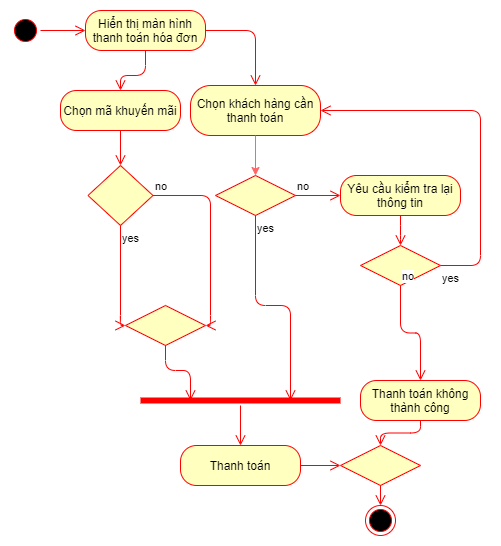
The draw.io diagram Phan_Tich_Thiet_Ke/Diagram/Activity_Diagram/Activity_Diagram_ThanhToan.png in KNhaa/DoAnCNPM, before a commit. Source tidied: cells renumbered, new cells last; positions are measured from the earlier drawing's top-left corner, leaving out a move shared by most shapes.
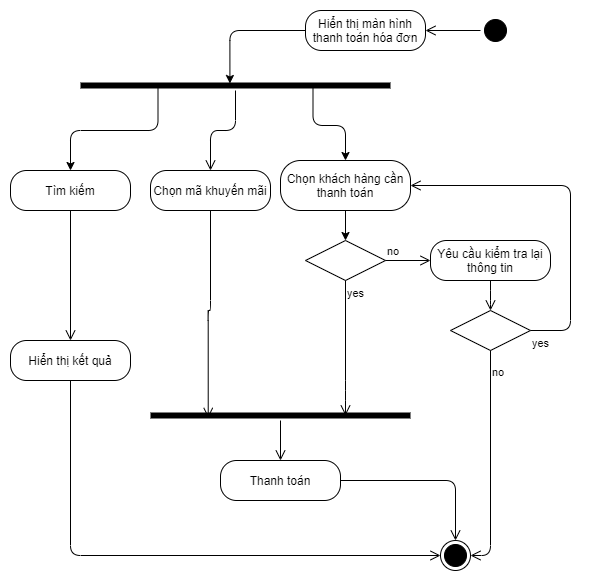
Later version of the same file.

Commit message:
Update lại các diagram + Giao diện

Diff of the diagram source:
```diff
@@ -2,61 +2,35 @@
   <root>
     <mxCell id="0" />
     <mxCell id="1" parent="0" />
-    <mxCell id="2" style="ellipse;html=1;shape=startState;fillColor=#000000;strokeColor=#ff0000;" parent="1" vertex="1">
-      <mxGeometry y="5" width="30" height="30" as="geometry" />
+    <mxCell id="2" style="ellipse;html=1;shape=startState;fillColor=#000000;" parent="1" vertex="1">
+      <mxGeometry x="380" y="-60" width="30" height="30" as="geometry" />
     </mxCell>
-    <mxCell id="3" style="edgeStyle=orthogonalEdgeStyle;html=1;verticalAlign=bottom;endArrow=open;endSize=8;strokeColor=#ff0000;entryX=0;entryY=0.5;entryDx=0;entryDy=0;" parent="1" edge="1" source="2" target="4">
+    <mxCell id="3" style="edgeStyle=orthogonalEdgeStyle;html=1;verticalAlign=bottom;endArrow=open;endSize=8;entryX=1;entryY=0.5;entryDx=0;entryDy=0;" parent="1" edge="1" source="2" target="4">
       <mxGeometry relative="1" as="geometry" />
     </mxCell>
+    <mxCell id="33" style="edgeStyle=orthogonalEdgeStyle;rounded=1;jettySize=auto;html=1;strokeColor=#000000;entryX=0.482;entryY=0.3;entryDx=0;entryDy=0;entryPerimeter=0;" parent="1" edge="1" source="4" target="36">
+      <mxGeometry relative="1" as="geometry">
+        <Array as="points">
+          <mxPoint x="129" y="-45" />
+        </Array>
+      </mxGeometry>
+    </mxCell>
-    <mxCell id="4" value="Hiển thị màn hình thanh toán hóa đơn" style="rounded=1;whiteSpace=wrap;html=1;arcSize=40;fontColor=#000000;fillColor=#ffffc0;strokeColor=#ff0000;" parent="1" vertex="1">
-      <mxGeometry x="75" width="120" height="40" as="geometry" />
+    <mxCell id="4" value="Hiển thị màn hình thanh toán hóa đơn" style="rounded=1;whiteSpace=wrap;html=1;arcSize=40;" parent="1" vertex="1">
+      <mxGeometry x="205" y="-65" width="120" height="40" as="geometry" />
     </mxCell>
-    <mxCell id="5" style="edgeStyle=orthogonalEdgeStyle;html=1;verticalAlign=bottom;endArrow=open;endSize=8;strokeColor=#ff0000;entryX=0.5;entryY=0;entryDx=0;entryDy=0;" parent="1" edge="1" source="4" target="6">
-      <mxGeometry relative="1" as="geometry">
-        <Array as="points">
-          <mxPoint x="245" y="20" />
-        </Array>
-      </mxGeometry>
-    </mxCell>
-    <mxCell id="6" value="Chọn khách hàng cần thanh toán" style="rounded=1;whiteSpace=wrap;html=1;arcSize=40;fontColor=#000000;fillColor=#ffffc0;strokeColor=#ff0000;" parent="1" vertex="1">
-      <mxGeometry x="180" y="75" width="130" height="50" as="geometry" />
+    <mxCell id="6" value="Chọn khách hàng cần thanh toán" style="rounded=1;whiteSpace=wrap;html=1;arcSize=40;" parent="1" vertex="1">
+      <mxGeometry x="180" y="85" width="130" height="50" as="geometry" />
     </mxCell>
-    <mxCell id="7" style="edgeStyle=orthogonalEdgeStyle;html=1;verticalAlign=bottom;endArrow=open;endSize=8;strokeColor=#ff0000;entryX=0.5;entryY=0;entryDx=0;entryDy=0;exitX=0.5;exitY=1;exitDx=0;exitDy=0;" parent="1" edge="1" source="4" target="8">
-      <mxGeometry relative="1" as="geometry">
-        <Array as="points">
-          <mxPoint x="135" y="65" />
-          <mxPoint x="110" y="65" />
-        </Array>
-      </mxGeometry>
-    </mxCell>
-    <mxCell id="8" value="Chọn mã khuyến mãi" style="rounded=1;whiteSpace=wrap;html=1;arcSize=40;fontColor=#000000;fillColor=#ffffc0;strokeColor=#ff0000;" parent="1" vertex="1">
-      <mxGeometry x="50" y="80" width="120" height="40" as="geometry" />
+    <mxCell id="8" value="Chọn mã khuyến mãi" style="rounded=1;whiteSpace=wrap;html=1;arcSize=40;" parent="1" vertex="1">
+      <mxGeometry x="50" y="95" width="120" height="40" as="geometry" />
     </mxCell>
-    <mxCell id="9" style="edgeStyle=orthogonalEdgeStyle;html=1;verticalAlign=bottom;endArrow=open;endSize=8;strokeColor=#ff0000;entryX=0.5;entryY=0;entryDx=0;entryDy=0;" parent="1" edge="1" source="8" target="10">
+    <mxCell id="9" style="edgeStyle=orthogonalEdgeStyle;html=1;verticalAlign=bottom;endArrow=open;endSize=8;entryX=0.222;entryY=0.74;entryDx=0;entryDy=0;entryPerimeter=0;" parent="1" edge="1" source="8" target="21">
       <mxGeometry relative="1" as="geometry" />
     </mxCell>
-    <mxCell id="10" style="rhombus;whiteSpace=wrap;html=1;fillColor=#ffffc0;strokeColor=#ff0000;" parent="1" vertex="1">
-      <mxGeometry x="77.5" y="155" width="65" height="60" as="geometry" />
-    </mxCell>
-    <mxCell id="11" value="no" style="edgeStyle=orthogonalEdgeStyle;html=1;align=left;verticalAlign=bottom;endArrow=open;endSize=8;strokeColor=#ff0000;entryX=1;entryY=0.5;entryDx=0;entryDy=0;" parent="1" edge="1" source="10" target="23">
-      <mxGeometry x="-1" relative="1" as="geometry">
-        <Array as="points">
-          <mxPoint x="200" y="185" />
-          <mxPoint x="200" y="315" />
-        </Array>
-      </mxGeometry>
-    </mxCell>
-    <mxCell id="12" value="yes" style="edgeStyle=orthogonalEdgeStyle;html=1;align=left;verticalAlign=top;endArrow=open;endSize=8;strokeColor=#ff0000;entryX=0;entryY=0.5;entryDx=0;entryDy=0;" parent="1" edge="1" source="10" target="23">
-      <mxGeometry x="-1" relative="1" as="geometry">
-        <Array as="points">
-          <mxPoint x="110" y="315" />
-        </Array>
-      </mxGeometry>
-    </mxCell>
-    <mxCell id="13" value="Yêu cầu kiểm tra lại thông tin" style="rounded=1;whiteSpace=wrap;html=1;arcSize=40;fontColor=#000000;fillColor=#ffffc0;strokeColor=#ff0000;" parent="1" vertex="1">
+    <mxCell id="13" value="Yêu cầu kiểm tra lại thông tin" style="rounded=1;whiteSpace=wrap;html=1;arcSize=40;" parent="1" vertex="1">
       <mxGeometry x="330" y="165" width="120" height="40" as="geometry" />
     </mxCell>
-    <mxCell id="14" style="edgeStyle=orthogonalEdgeStyle;html=1;verticalAlign=bottom;endArrow=open;endSize=8;strokeColor=#ff0000;entryX=0.5;entryY=0;entryDx=0;entryDy=0;" parent="1" edge="1" source="13" target="26">
+    <mxCell id="14" style="edgeStyle=orthogonalEdgeStyle;html=1;verticalAlign=bottom;endArrow=open;endSize=8;entryX=0.5;entryY=0;entryDx=0;entryDy=0;" parent="1" edge="1" source="13" target="26">
       <mxGeometry relative="1" as="geometry">
         <Array as="points">
           <mxPoint x="390" y="225" />
@@ -64,69 +38,87 @@
         </Array>
       </mxGeometry>
     </mxCell>
-    <mxCell id="15" value="Thanh toán" style="rounded=1;whiteSpace=wrap;html=1;arcSize=40;fontColor=#000000;fillColor=#ffffc0;strokeColor=#ff0000;" parent="1" vertex="1">
-      <mxGeometry x="170" y="435" width="120" height="40" as="geometry" />
+    <mxCell id="15" value="Thanh toán" style="rounded=1;whiteSpace=wrap;html=1;arcSize=40;" parent="1" vertex="1">
+      <mxGeometry x="120" y="385" width="120" height="40" as="geometry" />
     </mxCell>
-    <mxCell id="16" style="edgeStyle=orthogonalEdgeStyle;html=1;verticalAlign=bottom;endArrow=open;endSize=8;strokeColor=#ff0000;entryX=0;entryY=0.5;entryDx=0;entryDy=0;" parent="1" edge="1" source="15" target="31">
-      <mxGeometry relative="1" as="geometry" />
+    <mxCell id="16" style="edgeStyle=orthogonalEdgeStyle;html=1;verticalAlign=bottom;endArrow=open;endSize=8;entryX=0.5;entryY=0;entryDx=0;entryDy=0;" parent="1" edge="1" source="15" target="25">
+      <mxGeometry relative="1" as="geometry">
+        <Array as="points">
+          <mxPoint x="355" y="405" />
+        </Array>
+      </mxGeometry>
     </mxCell>
-    <mxCell id="17" style="rhombus;whiteSpace=wrap;html=1;fillColor=#ffffc0;strokeColor=#ff0000;" parent="1" vertex="1">
+    <mxCell id="17" style="rhombus;whiteSpace=wrap;html=1;" parent="1" vertex="1">
       <mxGeometry x="205" y="165" width="80" height="40" as="geometry" />
     </mxCell>
-    <mxCell id="18" value="no" style="edgeStyle=orthogonalEdgeStyle;html=1;align=left;verticalAlign=bottom;endArrow=open;endSize=8;strokeColor=#ff0000;entryX=0;entryY=0.5;entryDx=0;entryDy=0;" parent="1" edge="1" source="17" target="13">
+    <mxCell id="18" value="no" style="edgeStyle=orthogonalEdgeStyle;html=1;align=left;verticalAlign=bottom;endArrow=open;endSize=8;entryX=0;entryY=0.5;entryDx=0;entryDy=0;" parent="1" edge="1" source="17" target="13">
       <mxGeometry x="-1" relative="1" as="geometry" />
     </mxCell>
-    <mxCell id="19" value="yes" style="edgeStyle=orthogonalEdgeStyle;html=1;align=left;verticalAlign=top;endArrow=open;endSize=8;strokeColor=#ff0000;entryX=0.75;entryY=0.5;entryDx=0;entryDy=0;entryPerimeter=0;" parent="1" edge="1" source="17" target="21">
+    <mxCell id="19" value="yes" style="edgeStyle=orthogonalEdgeStyle;html=1;align=left;verticalAlign=top;endArrow=open;endSize=8;entryX=0.75;entryY=0.5;entryDx=0;entryDy=0;entryPerimeter=0;" parent="1" edge="1" source="17" target="21">
       <mxGeometry x="-1" relative="1" as="geometry">
         <Array as="points">
-          <mxPoint x="245" y="295" />
-          <mxPoint x="280" y="295" />
+          <mxPoint x="245" y="315" />
+          <mxPoint x="245" y="315" />
         </Array>
       </mxGeometry>
     </mxCell>
-    <mxCell id="20" style="endArrow=classic;html=1;strokeColor=#FF6666;exitX=0.5;exitY=1;exitDx=0;exitDy=0;entryX=0.5;entryY=0;entryDx=0;entryDy=0;" parent="1" edge="1" source="6" target="17">
+    <mxCell id="20" style="endArrow=classic;html=1;exitX=0.5;exitY=1;exitDx=0;exitDy=0;entryX=0.5;entryY=0;entryDx=0;entryDy=0;" parent="1" edge="1" source="6" target="17">
       <mxGeometry relative="1" as="geometry" />
     </mxCell>
-    <mxCell id="21" style="shape=line;html=1;strokeWidth=6;strokeColor=#ff0000;" parent="1" vertex="1">
-      <mxGeometry x="130" y="385" width="200" height="10" as="geometry" />
+    <mxCell id="21" style="shape=line;html=1;strokeWidth=6;" parent="1" vertex="1">
+      <mxGeometry x="50" y="335" width="260" height="10" as="geometry" />
     </mxCell>
-    <mxCell id="22" style="edgeStyle=orthogonalEdgeStyle;html=1;verticalAlign=bottom;endArrow=open;endSize=8;strokeColor=#ff0000;entryX=0.5;entryY=0;entryDx=0;entryDy=0;" parent="1" edge="1" source="21" target="15">
+    <mxCell id="22" style="edgeStyle=orthogonalEdgeStyle;html=1;verticalAlign=bottom;endArrow=open;endSize=8;entryX=0.5;entryY=0;entryDx=0;entryDy=0;" parent="1" edge="1" source="21" target="15">
       <mxGeometry relative="1" as="geometry" />
     </mxCell>
-    <mxCell id="23" style="rhombus;whiteSpace=wrap;html=1;fillColor=#ffffc0;strokeColor=#ff0000;" parent="1" vertex="1">
-      <mxGeometry x="115" y="295" width="80" height="40" as="geometry" />
-    </mxCell>
-    <mxCell id="24" style="edgeStyle=orthogonalEdgeStyle;html=1;align=left;verticalAlign=top;endArrow=open;endSize=8;strokeColor=#ff0000;entryX=0.25;entryY=0.5;entryDx=0;entryDy=0;entryPerimeter=0;" parent="1" edge="1" source="23" target="21">
-      <mxGeometry x="-1" relative="1" as="geometry" />
-    </mxCell>
-    <mxCell id="25" style="ellipse;html=1;shape=endState;fillColor=#000000;strokeColor=#ff0000;" parent="1" vertex="1">
-      <mxGeometry x="355" y="495" width="30" height="30" as="geometry" />
+    <mxCell id="25" style="ellipse;html=1;shape=endState;fillColor=#000000;" parent="1" vertex="1">
+      <mxGeometry x="340" y="465" width="30" height="30" as="geometry" />
     </mxCell>
-    <mxCell id="26" style="rhombus;whiteSpace=wrap;html=1;fillColor=#ffffc0;strokeColor=#ff0000;" parent="1" vertex="1">
+    <mxCell id="26" style="rhombus;whiteSpace=wrap;html=1;" parent="1" vertex="1">
       <mxGeometry x="350" y="235" width="80" height="40" as="geometry" />
     </mxCell>
-    <mxCell id="27" value="no" style="edgeStyle=orthogonalEdgeStyle;html=1;align=left;verticalAlign=bottom;endArrow=open;endSize=8;strokeColor=#ff0000;entryX=0.5;entryY=0;entryDx=0;entryDy=0;" parent="1" edge="1" source="26" target="29">
-      <mxGeometry x="-1" relative="1" as="geometry" />
+    <mxCell id="27" value="no" style="edgeStyle=orthogonalEdgeStyle;html=1;align=left;verticalAlign=bottom;endArrow=open;endSize=8;entryX=1;entryY=0.5;entryDx=0;entryDy=0;" parent="1" edge="1" source="26" target="25">
+      <mxGeometry x="-0.72" relative="1" as="geometry">
+        <Array as="points">
+          <mxPoint x="390" y="480" />
+        </Array>
+      </mxGeometry>
     </mxCell>
-    <mxCell id="28" value="yes" style="edgeStyle=orthogonalEdgeStyle;html=1;align=left;verticalAlign=top;endArrow=open;endSize=8;strokeColor=#ff0000;entryX=1;entryY=0.5;entryDx=0;entryDy=0;" parent="1" edge="1" source="26" target="6">
+    <mxCell id="28" value="yes" style="edgeStyle=orthogonalEdgeStyle;html=1;align=left;verticalAlign=top;endArrow=open;endSize=8;entryX=1;entryY=0.5;entryDx=0;entryDy=0;" parent="1" edge="1" source="26" target="6">
       <mxGeometry x="-1" relative="1" as="geometry">
         <Array as="points">
           <mxPoint x="470" y="255" />
-          <mxPoint x="470" y="100" />
+          <mxPoint x="470" y="110" />
         </Array>
       </mxGeometry>
     </mxCell>
-    <mxCell id="29" value="Thanh toán không thành công" style="rounded=1;whiteSpace=wrap;html=1;arcSize=40;fontColor=#000000;fillColor=#ffffc0;strokeColor=#ff0000;" parent="1" vertex="1">
-      <mxGeometry x="350" y="370" width="120" height="40" as="geometry" />
-    </mxCell>
-    <mxCell id="30" style="edgeStyle=orthogonalEdgeStyle;html=1;verticalAlign=bottom;endArrow=open;endSize=8;strokeColor=#ff0000;entryX=0.5;entryY=0;entryDx=0;entryDy=0;" parent="1" edge="1" source="29" target="31">
-      <mxGeometry relative="1" as="geometry" />
-    </mxCell>
-    <mxCell id="31" style="rhombus;whiteSpace=wrap;html=1;fillColor=#ffffc0;strokeColor=#ff0000;" parent="1" vertex="1">
-      <mxGeometry x="330" y="435" width="80" height="40" as="geometry" />
-    </mxCell>
-    <mxCell id="32" style="edgeStyle=orthogonalEdgeStyle;html=1;align=left;verticalAlign=top;endArrow=open;endSize=8;strokeColor=#ff0000;entryX=0.5;entryY=0;entryDx=0;entryDy=0;" parent="1" edge="1" source="31" target="25">
-      <mxGeometry x="-1" relative="1" as="geometry" />
-    </mxCell>
+    <mxCell id="34" style="edgeStyle=orthogonalEdgeStyle;rounded=1;jettySize=auto;html=1;entryX=0.5;entryY=0;entryDx=0;entryDy=0;exitX=0.75;exitY=0.5;exitDx=0;exitDy=0;exitPerimeter=0;" parent="1" edge="1" source="36" target="6">
+      <mxGeometry relative="1" as="geometry" />
+    </mxCell>
+    <mxCell id="35" style="edgeStyle=orthogonalEdgeStyle;rounded=1;jettySize=auto;html=1;exitX=0.25;exitY=0.5;exitDx=0;exitDy=0;exitPerimeter=0;strokeColor=#000000;" parent="1" edge="1" source="36" target="38">
+      <mxGeometry relative="1" as="geometry" />
+    </mxCell>
+    <mxCell id="36" style="shape=line;html=1;strokeWidth=6;" parent="1" vertex="1">
+      <mxGeometry x="-20" y="5" width="310" height="10" as="geometry" />
+    </mxCell>
+    <mxCell id="37" style="edgeStyle=orthogonalEdgeStyle;html=1;verticalAlign=bottom;endArrow=open;endSize=8;entryX=0.5;entryY=0;entryDx=0;entryDy=0;" parent="1" edge="1" source="36" target="8">
+      <mxGeometry relative="1" as="geometry" />
+    </mxCell>
+    <mxCell id="38" value="Tìm kiếm" style="rounded=1;whiteSpace=wrap;html=1;arcSize=40;" parent="1" vertex="1">
+      <mxGeometry x="-90" y="95" width="120" height="40" as="geometry" />
+    </mxCell>
+    <mxCell id="39" style="edgeStyle=orthogonalEdgeStyle;html=1;verticalAlign=bottom;endArrow=open;endSize=8;entryX=0.5;entryY=0;entryDx=0;entryDy=0;" parent="1" edge="1" source="38" target="40">
+      <mxGeometry relative="1" as="geometry" />
+    </mxCell>
+    <mxCell id="40" value="Hiển thị kết quả" style="rounded=1;whiteSpace=wrap;html=1;arcSize=40;" parent="1" vertex="1">
+      <mxGeometry x="-90" y="265" width="120" height="40" as="geometry" />
+    </mxCell>
+    <mxCell id="41" style="edgeStyle=orthogonalEdgeStyle;html=1;verticalAlign=bottom;endArrow=open;endSize=8;entryX=0;entryY=0.5;entryDx=0;entryDy=0;" parent="1" edge="1" source="40" target="25">
+      <mxGeometry relative="1" as="geometry">
+        <Array as="points">
+          <mxPoint x="-30" y="480" />
+        </Array>
+      </mxGeometry>
+    </mxCell>
   </root>
 </mxGraphModel>
```
